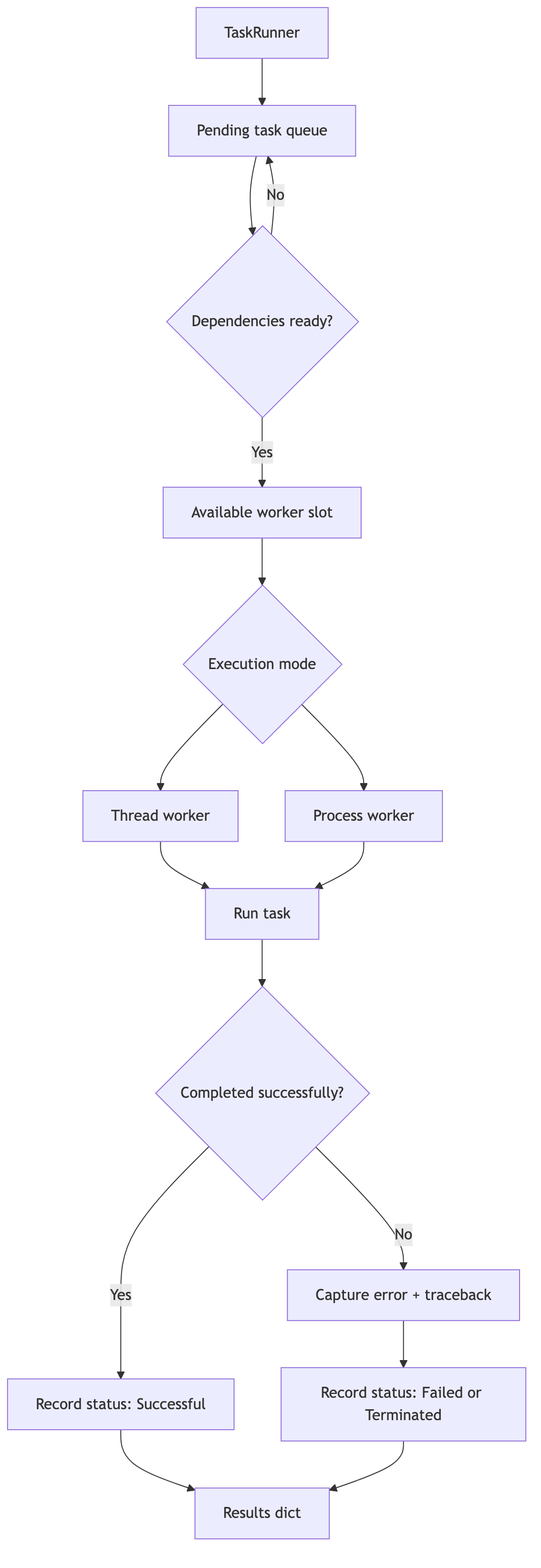
Above: docs/diagrams/execution-model.png in Concurra/concurra (Mermaid), before the change. Its source is kept beside it as docs/diagrams/execution-model.mmd. The source it was exported from:
```mermaid
flowchart TD
    A["TaskRunner"] --> B["Pending task queue"]
    B --> C{"Dependencies ready?"}

    C -- "No" --> B
    C -- "Yes" --> D["Available worker slot"]

    D --> E{"Execution mode"}

    E --> F["Thread worker"]
    E --> G["Process worker"]

    F --> H["Run task"]
    G --> H

    H --> I{"Completed successfully?"}

    I -- "Yes" --> J["Record status: Successful"]
    I -- "No" --> K["Capture error + traceback"]
    K --> L["Record status: Failed or Terminated"]

    J --> M["Results dict"]
    L --> M
```
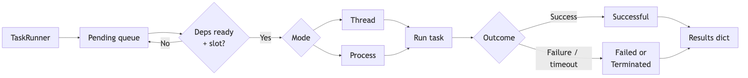
After the commit.

Commit message:
Compact README diagrams

What changed in the source:
```diff
@@ -1,23 +1,21 @@
-flowchart TD
-    A["TaskRunner"] --> B["Pending task queue"]
-    B --> C{"Dependencies ready?"}
+%%{init: {"themeVariables": {"fontSize": "28px"}, "flowchart": {"nodeSpacing": 55, "rankSpacing": 75}}}%%
+flowchart LR
+    A["TaskRunner"] --> B["Pending queue"]
+    B --> C{"Deps ready<br/>+ slot?"}
 
     C -- "No" --> B
-    C -- "Yes" --> D["Available worker slot"]
+    C -- "Yes" --> D{"Mode"}
 
-    D --> E{"Execution mode"}
+    D --> E["Thread"]
+    D --> F["Process"]
 
-    E --> F["Thread worker"]
-    E --> G["Process worker"]
+    E --> G["Run task"]
+    F --> G
 
-    F --> H["Run task"]
-    G --> H
+    G --> H{"Outcome"}
 
-    H --> I{"Completed successfully?"}
+    H -- "Success" --> I["Successful"]
+    H -- "Failure / timeout" --> J["Failed or<br/>Terminated"]
 
-    I -- "Yes" --> J["Record status: Successful"]
-    I -- "No" --> K["Capture error + traceback"]
-    K --> L["Record status: Failed or Terminated"]
-
-    J --> M["Results dict"]
-    L --> M
+    I --> K["Results dict"]
+    J --> K
```
